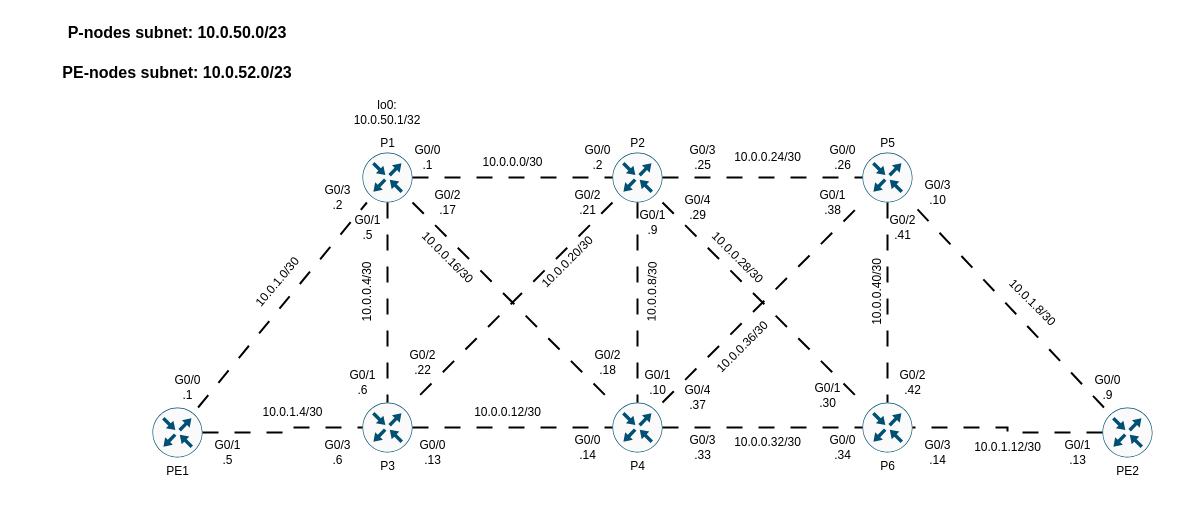
This is page "Loopback IPv4 addresses diagram" (4 of 4) of draw.io/IPS-MPLS-Lab-Diagram.drawio from roxron/networking-labs, a draw.io file, before an edit. Source tidied: cells renumbered, new cells numbered last; positions are measured from the earlier drawing's top-left corner, leaving out a move shared by most shapes. Both pictures are drawn from the tidied source at 100%, with x=0, y=0 at pixel (17, 17).
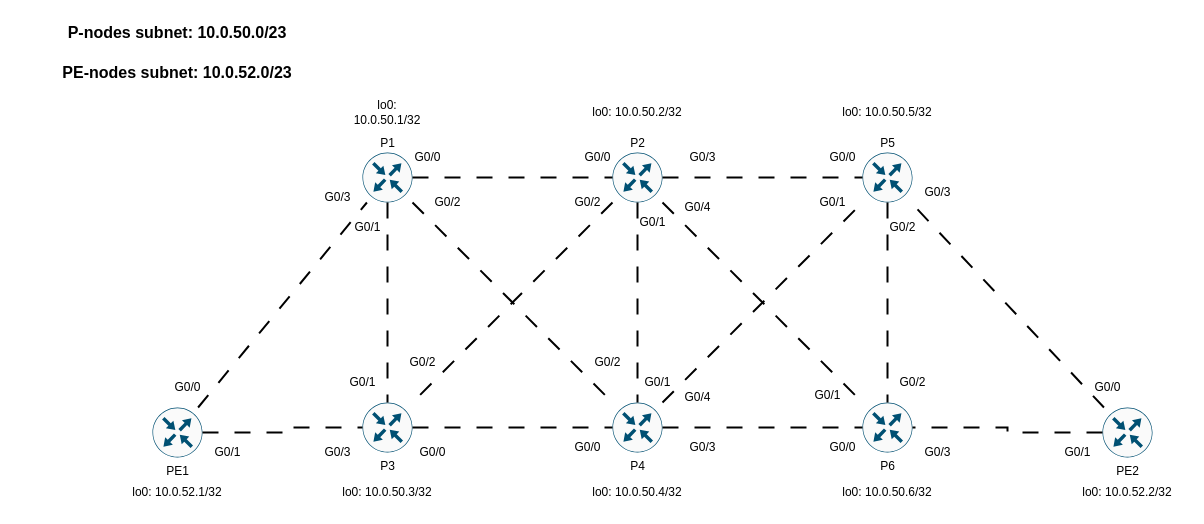
The same diagram, later.

Commit message:
Updated Loopback IPv4 addresses diagram

What changed in the source:
```diff
@@
-    <mxCell id="5" value="10.0.0.0/30" style="text;html=1;align=center;verticalAlign=middle;strokeColor=none;fillColor=none;" parent="1" vertex="1">
+    <mxCell id="5" style="text;html=1;align=center;verticalAlign=middle;strokeColor=none;fillColor=none;" parent="1" vertex="1">
       <mxGeometry x="445" y="130" width="100" height="30" as="geometry" />
     </mxCell>
-    <mxCell id="6" value="G0/0&lt;br&gt;.1" style="text;html=1;align=center;verticalAlign=middle;strokeColor=none;fillColor=none;" parent="1" vertex="1">
+    <mxCell id="6" value="G0/0" style="text;html=1;align=center;verticalAlign=middle;strokeColor=none;fillColor=none;" parent="1" vertex="1">
       <mxGeometry x="375" y="120" width="70" height="40" as="geometry" />
     </mxCell>
-    <mxCell id="7" value="G0/0&lt;br&gt;.2" style="text;html=1;align=center;verticalAlign=middle;strokeColor=none;fillColor=none;" parent="1" vertex="1">
+    <mxCell id="7" value="G0/0" style="text;html=1;align=center;verticalAlign=middle;strokeColor=none;fillColor=none;" parent="1" vertex="1">
       <mxGeometry x="545" y="120" width="70" height="40" as="geometry" />
     </mxCell>
@@
-    <mxCell id="13" value="10.0.0.4/30" style="text;html=1;align=center;verticalAlign=middle;strokeColor=none;fillColor=none;rotation=-90;" parent="1" vertex="1">
+    <mxCell id="13" style="text;html=1;align=center;verticalAlign=middle;strokeColor=none;fillColor=none;rotation=-90;" parent="1" vertex="1">
       <mxGeometry x="300" y="260" width="100" height="30" as="geometry" />
     </mxCell>
-    <mxCell id="14" value="G0/1&lt;br&gt;.5" style="text;html=1;align=center;verticalAlign=middle;strokeColor=none;fillColor=none;" parent="1" vertex="1">
+    <mxCell id="14" value="G0/1" style="text;html=1;align=center;verticalAlign=middle;strokeColor=none;fillColor=none;" parent="1" vertex="1">
       <mxGeometry x="315" y="190" width="70" height="40" as="geometry" />
     </mxCell>
-    <mxCell id="15" value="G0/1&lt;br&gt;.6" style="text;html=1;align=center;verticalAlign=middle;strokeColor=none;fillColor=none;" parent="1" vertex="1">
+    <mxCell id="15" value="G0/1" style="text;html=1;align=center;verticalAlign=middle;strokeColor=none;fillColor=none;" parent="1" vertex="1">
       <mxGeometry x="310" y="345" width="70" height="40" as="geometry" />
     </mxCell>
-    <mxCell id="16" value="10.0.0.8/30" style="text;html=1;align=center;verticalAlign=middle;strokeColor=none;fillColor=none;rotation=-89;" parent="1" vertex="1">
+    <mxCell id="16" style="text;html=1;align=center;verticalAlign=middle;strokeColor=none;fillColor=none;rotation=-89;" parent="1" vertex="1">
       <mxGeometry x="585" y="260" width="100" height="30" as="geometry" />
     </mxCell>
-    <mxCell id="17" value="G0/1&lt;br&gt;.9" style="text;html=1;align=center;verticalAlign=middle;strokeColor=none;fillColor=none;" parent="1" vertex="1">
+    <mxCell id="17" value="G0/1" style="text;html=1;align=center;verticalAlign=middle;strokeColor=none;fillColor=none;" parent="1" vertex="1">
       <mxGeometry x="600" y="185" width="70" height="40" as="geometry" />
     </mxCell>
-    <mxCell id="18" value="G0/1&lt;br&gt;.10" style="text;html=1;align=center;verticalAlign=middle;strokeColor=none;fillColor=none;" parent="1" vertex="1">
+    <mxCell id="18" value="G0/1" style="text;html=1;align=center;verticalAlign=middle;strokeColor=none;fillColor=none;" parent="1" vertex="1">
       <mxGeometry x="605" y="345" width="70" height="40" as="geometry" />
     </mxCell>
-    <mxCell id="19" value="10.0.0.12/30" style="text;html=1;align=center;verticalAlign=middle;strokeColor=none;fillColor=none;" parent="1" vertex="1">
+    <mxCell id="19" style="text;html=1;align=center;verticalAlign=middle;strokeColor=none;fillColor=none;" parent="1" vertex="1">
       <mxGeometry x="435" y="380" width="110" height="30" as="geometry" />
     </mxCell>
-    <mxCell id="20" value="G0/0&lt;br&gt;.13" style="text;html=1;align=center;verticalAlign=middle;strokeColor=none;fillColor=none;" parent="1" vertex="1">
+    <mxCell id="20" value="G0/0" style="text;html=1;align=center;verticalAlign=middle;strokeColor=none;fillColor=none;" parent="1" vertex="1">
       <mxGeometry x="380" y="415" width="70" height="40" as="geometry" />
     </mxCell>
-    <mxCell id="21" value="G0/0&lt;br&gt;.14" style="text;html=1;align=center;verticalAlign=middle;strokeColor=none;fillColor=none;" parent="1" vertex="1">
+    <mxCell id="21" value="G0/0" style="text;html=1;align=center;verticalAlign=middle;strokeColor=none;fillColor=none;" parent="1" vertex="1">
       <mxGeometry x="535" y="410" width="70" height="40" as="geometry" />
     </mxCell>
@@
-    <mxCell id="24" value="10.0.0.16/30" style="text;html=1;align=center;verticalAlign=middle;strokeColor=none;fillColor=none;rotation=45;" parent="1" vertex="1">
+    <mxCell id="24" style="text;html=1;align=center;verticalAlign=middle;strokeColor=none;fillColor=none;rotation=45;" parent="1" vertex="1">
       <mxGeometry x="375" y="225" width="110" height="30" as="geometry" />
     </mxCell>
-    <mxCell id="25" value="G0/2&lt;br&gt;.17" style="text;html=1;align=center;verticalAlign=middle;strokeColor=none;fillColor=none;" parent="1" vertex="1">
+    <mxCell id="25" value="G0/2" style="text;html=1;align=center;verticalAlign=middle;strokeColor=none;fillColor=none;" parent="1" vertex="1">
       <mxGeometry x="395" y="165" width="70" height="40" as="geometry" />
     </mxCell>
-    <mxCell id="26" value="G0/2&lt;br&gt;.18" style="text;html=1;align=center;verticalAlign=middle;strokeColor=none;fillColor=none;" parent="1" vertex="1">
+    <mxCell id="26" value="G0/2" style="text;html=1;align=center;verticalAlign=middle;strokeColor=none;fillColor=none;" parent="1" vertex="1">
       <mxGeometry x="555" y="325" width="70" height="40" as="geometry" />
     </mxCell>
-    <mxCell id="27" value="10.0.0.20/30" style="text;html=1;align=center;verticalAlign=middle;strokeColor=none;fillColor=none;rotation=-45;" parent="1" vertex="1">
+    <mxCell id="27" style="text;html=1;align=center;verticalAlign=middle;strokeColor=none;fillColor=none;rotation=-45;" parent="1" vertex="1">
       <mxGeometry x="495" y="230" width="110" height="30" as="geometry" />
     </mxCell>
-    <mxCell id="28" value="G0/2&lt;br&gt;.21" style="text;html=1;align=center;verticalAlign=middle;strokeColor=none;fillColor=none;" parent="1" vertex="1">
+    <mxCell id="28" value="G0/2" style="text;html=1;align=center;verticalAlign=middle;strokeColor=none;fillColor=none;" parent="1" vertex="1">
       <mxGeometry x="535" y="165" width="70" height="40" as="geometry" />
     </mxCell>
-    <mxCell id="29" value="G0/2&lt;br&gt;.22" style="text;html=1;align=center;verticalAlign=middle;strokeColor=none;fillColor=none;" parent="1" vertex="1">
+    <mxCell id="29" value="G0/2" style="text;html=1;align=center;verticalAlign=middle;strokeColor=none;fillColor=none;" parent="1" vertex="1">
       <mxGeometry x="370" y="325" width="70" height="40" as="geometry" />
     </mxCell>
@@
-    <mxCell id="33" value="10.0.0.24/30" style="text;html=1;align=center;verticalAlign=middle;strokeColor=none;fillColor=none;" parent="1" vertex="1">
+    <mxCell id="33" style="text;html=1;align=center;verticalAlign=middle;strokeColor=none;fillColor=none;" parent="1" vertex="1">
       <mxGeometry x="695" y="125" width="110" height="30" as="geometry" />
     </mxCell>
-    <mxCell id="34" value="G0/3&lt;br&gt;.25" style="text;html=1;align=center;verticalAlign=middle;strokeColor=none;fillColor=none;" parent="1" vertex="1">
+    <mxCell id="34" value="G0/3" style="text;html=1;align=center;verticalAlign=middle;strokeColor=none;fillColor=none;" parent="1" vertex="1">
       <mxGeometry x="650" y="120" width="70" height="40" as="geometry" />
     </mxCell>
-    <mxCell id="35" value="G0/0&lt;br&gt;.26" style="text;html=1;align=center;verticalAlign=middle;strokeColor=none;fillColor=none;" parent="1" vertex="1">
+    <mxCell id="35" value="G0/0" style="text;html=1;align=center;verticalAlign=middle;strokeColor=none;fillColor=none;" parent="1" vertex="1">
       <mxGeometry x="790" y="120" width="70" height="40" as="geometry" />
     </mxCell>
@@
-    <mxCell id="37" value="10.0.0.28/30" style="text;html=1;align=center;verticalAlign=middle;strokeColor=none;fillColor=none;rotation=45;" parent="1" vertex="1">
+    <mxCell id="37" style="text;html=1;align=center;verticalAlign=middle;strokeColor=none;fillColor=none;rotation=45;" parent="1" vertex="1">
       <mxGeometry x="665" y="225" width="110" height="30" as="geometry" />
     </mxCell>
-    <mxCell id="38" value="G0/4&lt;br&gt;.29" style="text;html=1;align=center;verticalAlign=middle;strokeColor=none;fillColor=none;" parent="1" vertex="1">
+    <mxCell id="38" value="G0/4" style="text;html=1;align=center;verticalAlign=middle;strokeColor=none;fillColor=none;" parent="1" vertex="1">
       <mxGeometry x="645" y="170" width="70" height="40" as="geometry" />
     </mxCell>
-    <mxCell id="39" value="G0/1&lt;br&gt;.30" style="text;html=1;align=center;verticalAlign=middle;strokeColor=none;fillColor=none;" parent="1" vertex="1">
+    <mxCell id="39" value="G0/1" style="text;html=1;align=center;verticalAlign=middle;strokeColor=none;fillColor=none;" parent="1" vertex="1">
       <mxGeometry x="775" y="358" width="70" height="40" as="geometry" />
     </mxCell>
@@
-    <mxCell id="41" value="10.0.0.32/30" style="text;html=1;align=center;verticalAlign=middle;strokeColor=none;fillColor=none;" parent="1" vertex="1">
+    <mxCell id="41" style="text;html=1;align=center;verticalAlign=middle;strokeColor=none;fillColor=none;" parent="1" vertex="1">
       <mxGeometry x="695" y="410" width="110" height="30" as="geometry" />
     </mxCell>
-    <mxCell id="42" value="G0/3&lt;br&gt;.33" style="text;html=1;align=center;verticalAlign=middle;strokeColor=none;fillColor=none;" parent="1" vertex="1">
+    <mxCell id="42" value="G0/3" style="text;html=1;align=center;verticalAlign=middle;strokeColor=none;fillColor=none;" parent="1" vertex="1">
       <mxGeometry x="650" y="410" width="70" height="40" as="geometry" />
     </mxCell>
-    <mxCell id="43" value="G0/0&lt;br&gt;.34" style="text;html=1;align=center;verticalAlign=middle;strokeColor=none;fillColor=none;" parent="1" vertex="1">
+    <mxCell id="43" value="G0/0" style="text;html=1;align=center;verticalAlign=middle;strokeColor=none;fillColor=none;" parent="1" vertex="1">
       <mxGeometry x="790" y="410" width="70" height="40" as="geometry" />
     </mxCell>
@@
-    <mxCell id="45" value="10.0.0.36/30" style="text;html=1;align=center;verticalAlign=middle;strokeColor=none;fillColor=none;rotation=-45;" parent="1" vertex="1">
+    <mxCell id="45" style="text;html=1;align=center;verticalAlign=middle;strokeColor=none;fillColor=none;rotation=-45;" parent="1" vertex="1">
       <mxGeometry x="670" y="315" width="110" height="30" as="geometry" />
     </mxCell>
-    <mxCell id="46" value="G0/4&lt;br&gt;.37" style="text;html=1;align=center;verticalAlign=middle;strokeColor=none;fillColor=none;" parent="1" vertex="1">
+    <mxCell id="46" value="G0/4" style="text;html=1;align=center;verticalAlign=middle;strokeColor=none;fillColor=none;" parent="1" vertex="1">
       <mxGeometry x="645" y="360" width="70" height="40" as="geometry" />
     </mxCell>
-    <mxCell id="47" value="G0/1&lt;br&gt;.38" style="text;html=1;align=center;verticalAlign=middle;strokeColor=none;fillColor=none;" parent="1" vertex="1">
+    <mxCell id="47" value="G0/1" style="text;html=1;align=center;verticalAlign=middle;strokeColor=none;fillColor=none;" parent="1" vertex="1">
       <mxGeometry x="780" y="165" width="70" height="40" as="geometry" />
     </mxCell>
@@
-    <mxCell id="49" value="10.0.0.40/30" style="text;html=1;align=center;verticalAlign=middle;strokeColor=none;fillColor=none;rotation=-90;" parent="1" vertex="1">
+    <mxCell id="49" style="text;html=1;align=center;verticalAlign=middle;strokeColor=none;fillColor=none;rotation=-90;" parent="1" vertex="1">
       <mxGeometry x="805" y="260" width="110" height="30" as="geometry" />
     </mxCell>
-    <mxCell id="50" value="G0/2&lt;br&gt;.41" style="text;html=1;align=center;verticalAlign=middle;strokeColor=none;fillColor=none;" parent="1" vertex="1">
+    <mxCell id="50" value="G0/2" style="text;html=1;align=center;verticalAlign=middle;strokeColor=none;fillColor=none;" parent="1" vertex="1">
       <mxGeometry x="850" y="190" width="70" height="40" as="geometry" />
     </mxCell>
-    <mxCell id="51" value="G0/2&lt;br&gt;.42" style="text;html=1;align=center;verticalAlign=middle;strokeColor=none;fillColor=none;" parent="1" vertex="1">
+    <mxCell id="51" value="G0/2" style="text;html=1;align=center;verticalAlign=middle;strokeColor=none;fillColor=none;" parent="1" vertex="1">
       <mxGeometry x="860" y="345" width="70" height="40" as="geometry" />
     </mxCell>
@@
-    <mxCell id="55" value="10.0.1.0/30" style="text;html=1;align=center;verticalAlign=middle;strokeColor=none;fillColor=none;rotation=-50;" parent="1" vertex="1">
+    <mxCell id="55" style="text;html=1;align=center;verticalAlign=middle;strokeColor=none;fillColor=none;rotation=-50;" parent="1" vertex="1">
       <mxGeometry x="210" y="250" width="100" height="30" as="geometry" />
     </mxCell>
-    <mxCell id="56" value="G0/0&lt;br&gt;.1" style="text;html=1;align=center;verticalAlign=middle;strokeColor=none;fillColor=none;" parent="1" vertex="1">
+    <mxCell id="56" value="G0/0" style="text;html=1;align=center;verticalAlign=middle;strokeColor=none;fillColor=none;" parent="1" vertex="1">
       <mxGeometry x="135" y="350" width="70" height="40" as="geometry" />
     </mxCell>
-    <mxCell id="57" value="G0/3&lt;br&gt;.2" style="text;html=1;align=center;verticalAlign=middle;strokeColor=none;fillColor=none;" parent="1" vertex="1">
+    <mxCell id="57" value="G0/3" style="text;html=1;align=center;verticalAlign=middle;strokeColor=none;fillColor=none;" parent="1" vertex="1">
       <mxGeometry x="285" y="160" width="70" height="40" as="geometry" />
     </mxCell>
@@
-    <mxCell id="59" value="10.0.1.4/30" style="text;html=1;align=center;verticalAlign=middle;strokeColor=none;fillColor=none;" parent="1" vertex="1">
+    <mxCell id="59" style="text;html=1;align=center;verticalAlign=middle;strokeColor=none;fillColor=none;" parent="1" vertex="1">
       <mxGeometry x="225" y="380" width="100" height="30" as="geometry" />
     </mxCell>
-    <mxCell id="60" value="G0/1&lt;br&gt;.5" style="text;html=1;align=center;verticalAlign=middle;strokeColor=none;fillColor=none;" parent="1" vertex="1">
+    <mxCell id="60" value="G0/1" style="text;html=1;align=center;verticalAlign=middle;strokeColor=none;fillColor=none;" parent="1" vertex="1">
       <mxGeometry x="175" y="415" width="70" height="40" as="geometry" />
     </mxCell>
-    <mxCell id="61" value="G0/3&lt;br&gt;.6" style="text;html=1;align=center;verticalAlign=middle;strokeColor=none;fillColor=none;" parent="1" vertex="1">
+    <mxCell id="61" value="G0/3" style="text;html=1;align=center;verticalAlign=middle;strokeColor=none;fillColor=none;" parent="1" vertex="1">
       <mxGeometry x="285" y="415" width="70" height="40" as="geometry" />
     </mxCell>
@@
-    <mxCell id="63" value="10.0.1.8/30" style="text;html=1;align=center;verticalAlign=middle;strokeColor=none;fillColor=none;rotation=45;" parent="1" vertex="1">
+    <mxCell id="63" style="text;html=1;align=center;verticalAlign=middle;strokeColor=none;fillColor=none;rotation=45;" parent="1" vertex="1">
       <mxGeometry x="965" y="270" width="100" height="30" as="geometry" />
     </mxCell>
-    <mxCell id="64" value="G0/0&lt;br&gt;.9" style="text;html=1;align=center;verticalAlign=middle;strokeColor=none;fillColor=none;" parent="1" vertex="1">
+    <mxCell id="64" value="G0/0" style="text;html=1;align=center;verticalAlign=middle;strokeColor=none;fillColor=none;" parent="1" vertex="1">
       <mxGeometry x="1055" y="350" width="70" height="40" as="geometry" />
     </mxCell>
-    <mxCell id="65" value="G0/3&lt;br&gt;.10" style="text;html=1;align=center;verticalAlign=middle;strokeColor=none;fillColor=none;" parent="1" vertex="1">
+    <mxCell id="65" value="G0/3" style="text;html=1;align=center;verticalAlign=middle;strokeColor=none;fillColor=none;" parent="1" vertex="1">
       <mxGeometry x="885" y="155" width="70" height="40" as="geometry" />
     </mxCell>
@@
-    <mxCell id="67" value="10.0.1.12/30" style="text;html=1;align=center;verticalAlign=middle;strokeColor=none;fillColor=none;" parent="1" vertex="1">
+    <mxCell id="67" style="text;html=1;align=center;verticalAlign=middle;strokeColor=none;fillColor=none;" parent="1" vertex="1">
       <mxGeometry x="935" y="415" width="110" height="30" as="geometry" />
     </mxCell>
-    <mxCell id="68" value="G0/1&lt;br&gt;.13" style="text;html=1;align=center;verticalAlign=middle;strokeColor=none;fillColor=none;" parent="1" vertex="1">
+    <mxCell id="68" value="G0/1" style="text;html=1;align=center;verticalAlign=middle;strokeColor=none;fillColor=none;" parent="1" vertex="1">
       <mxGeometry x="1025" y="415" width="70" height="40" as="geometry" />
     </mxCell>
-    <mxCell id="69" value="G0/3&lt;br&gt;.14" style="text;html=1;align=center;verticalAlign=middle;strokeColor=none;fillColor=none;" parent="1" vertex="1">
+    <mxCell id="69" value="G0/3" style="text;html=1;align=center;verticalAlign=middle;strokeColor=none;fillColor=none;" parent="1" vertex="1">
       <mxGeometry x="885" y="415" width="70" height="40" as="geometry" />
     </mxCell>
@@
+    <mxCell id="73" value="lo0: 10.0.50.2/32" style="text;html=1;whiteSpace=wrap;strokeColor=none;fillColor=none;align=center;verticalAlign=middle;rounded=0;" parent="1" vertex="1">
+      <mxGeometry x="560" y="80" width="120" height="30" as="geometry" />
+    </mxCell>
+    <mxCell id="74" value="lo0: 10.0.50.3/32" style="text;html=1;whiteSpace=wrap;strokeColor=none;fillColor=none;align=center;verticalAlign=middle;rounded=0;" parent="1" vertex="1">
+      <mxGeometry x="310" y="460" width="120" height="30" as="geometry" />
+    </mxCell>
+    <mxCell id="75" value="lo0: 10.0.50.4/32" style="text;html=1;whiteSpace=wrap;strokeColor=none;fillColor=none;align=center;verticalAlign=middle;rounded=0;" parent="1" vertex="1">
+      <mxGeometry x="560" y="460" width="120" height="30" as="geometry" />
+    </mxCell>
+    <mxCell id="76" value="lo0: 10.0.50.5/32" style="text;html=1;whiteSpace=wrap;strokeColor=none;fillColor=none;align=center;verticalAlign=middle;rounded=0;" parent="1" vertex="1">
+      <mxGeometry x="810" y="80" width="120" height="30" as="geometry" />
+    </mxCell>
+    <mxCell id="77" value="lo0: 10.0.50.6/32" style="text;html=1;whiteSpace=wrap;strokeColor=none;fillColor=none;align=center;verticalAlign=middle;rounded=0;" parent="1" vertex="1">
+      <mxGeometry x="810" y="460" width="120" height="30" as="geometry" />
+    </mxCell>
+    <mxCell id="78" value="lo0: 10.0.52.1/32" style="text;html=1;whiteSpace=wrap;strokeColor=none;fillColor=none;align=center;verticalAlign=middle;rounded=0;" parent="1" vertex="1">
+      <mxGeometry x="100" y="460" width="120" height="30" as="geometry" />
+    </mxCell>
+    <mxCell id="79" value="lo0: 10.0.52.2/32" style="text;html=1;whiteSpace=wrap;strokeColor=none;fillColor=none;align=center;verticalAlign=middle;rounded=0;" parent="1" vertex="1">
+      <mxGeometry x="1050" y="460" width="120" height="30" as="geometry" />
+    </mxCell>
```
